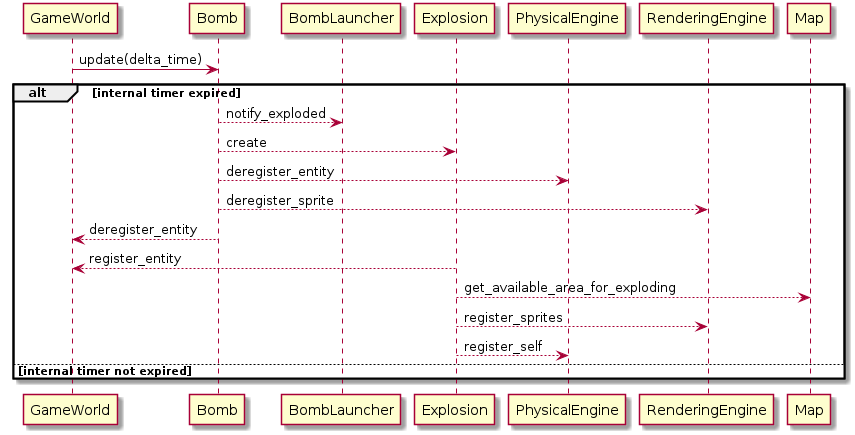
NadzwyczajnaGrupaRobocza/bomberman keeps this PlantUML diagram as docs/img/UC_2_2.png. Above is the earlier version.
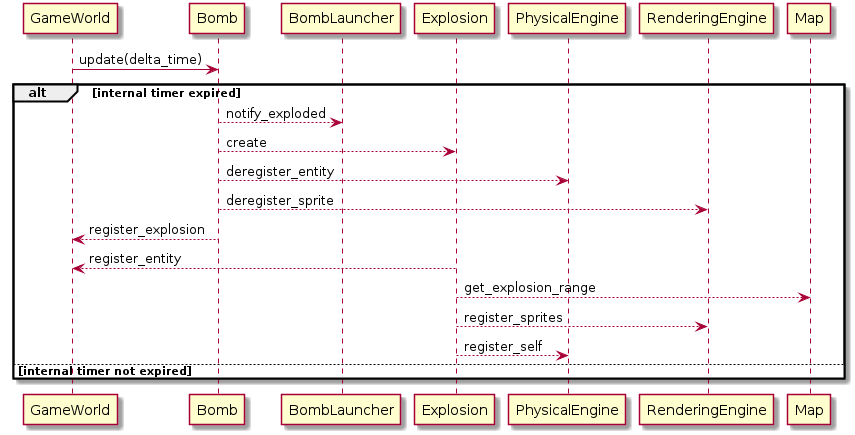
Above is the later version.

Diff of the diagram source:
```diff
@@ -6,10 +6,11 @@
 Bomb --> Explosion : create
 Bomb --> PhysicalEngine : deregister_entity
 Bomb --> RenderingEngine : deregister_sprite
-GameWorld <-- Bomb : deregister_entity
+Bomb --> GameWorld : register_explosion
+
 
 Explosion --> GameWorld : register_entity
-Explosion --> Map : get_available_area_for_exploding
+Explosion --> Map : get_explosion_range
 Explosion --> RenderingEngine : register_sprites
 Explosion --> PhysicalEngine : register_self
 
```
